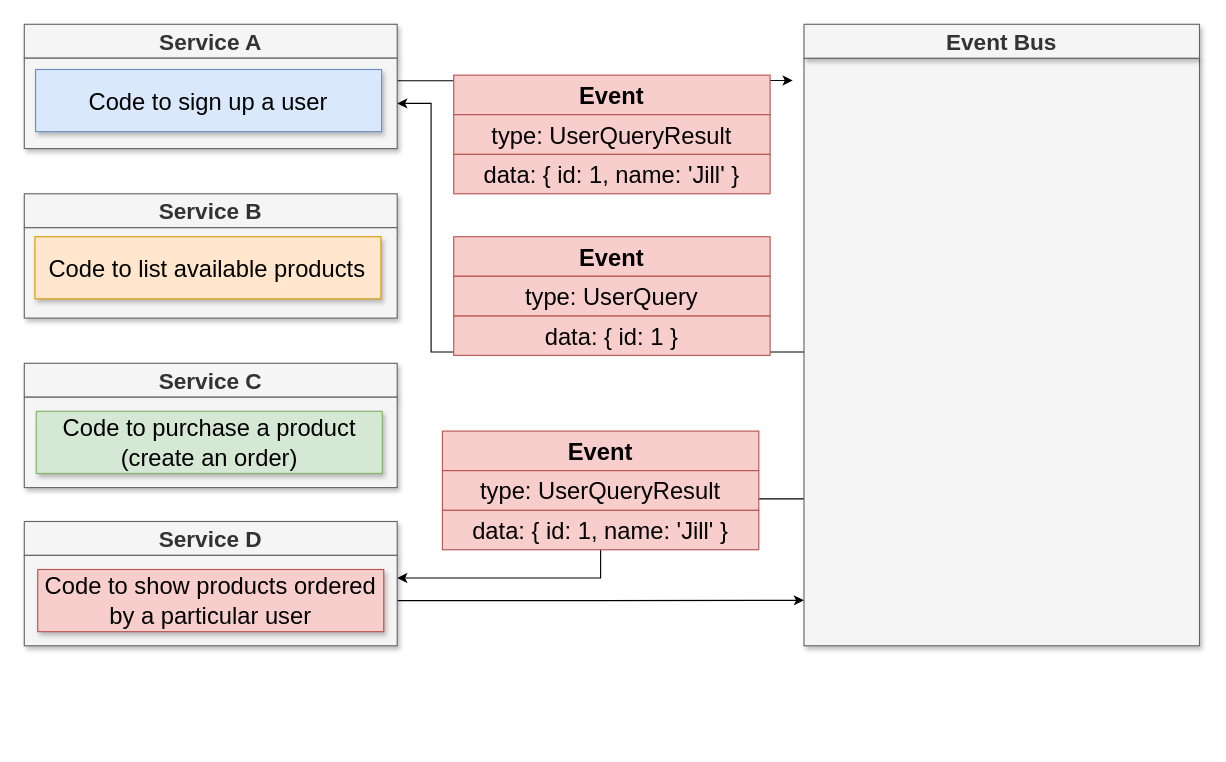
Before: page "13 - events" (9 of 17) of diagrams/01/03.drawio in AK-SoloQ/microservices-casts, a draw.io diagram. Source tidied: cells renumbered, new cells numbered last; positions are measured from the earlier drawing's top-left corner, leaving out a move shared by most shapes. Both pictures are drawn from the tidied source at 113%, with x=0, y=0 at pixel (24, 24).
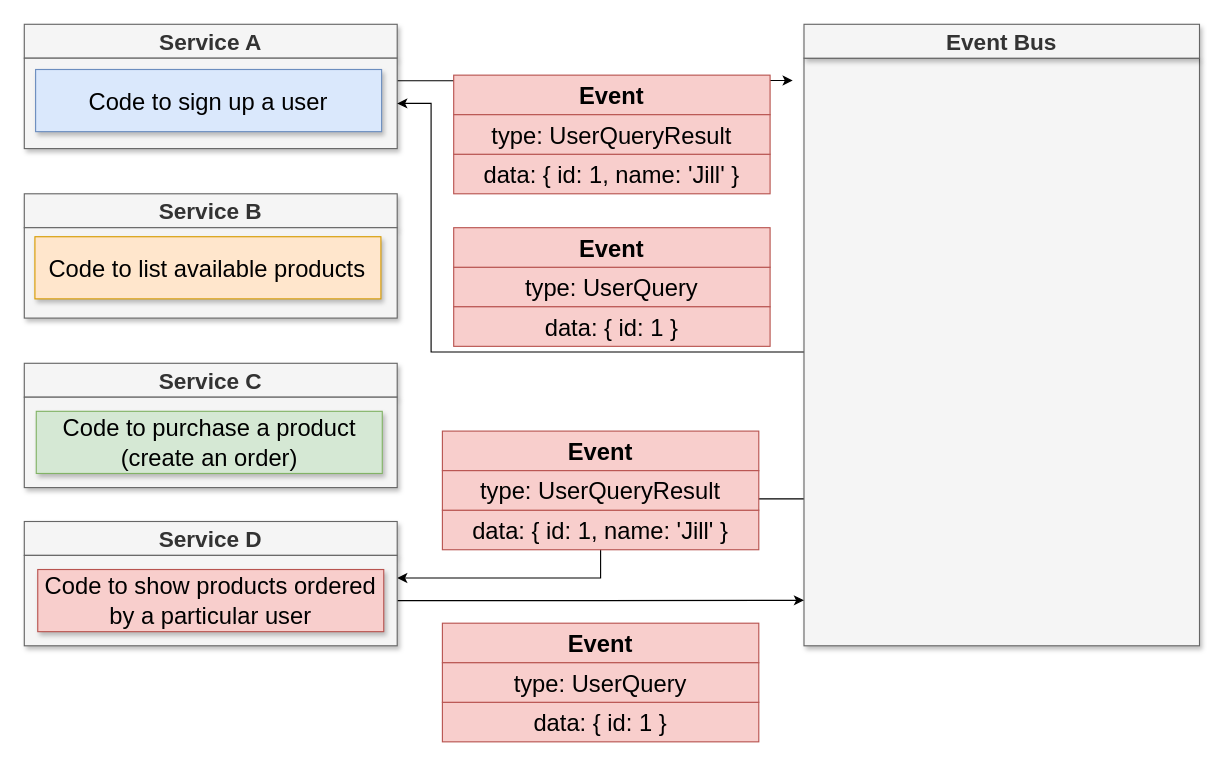
The same diagram, later.

Diff of the diagram source:
```diff
@@
     <mxCell id="20" value="data: { id: 1 }" style="rounded=0;whiteSpace=wrap;html=1;shadow=0;fontSize=21;fillColor=#f8cecc;strokeColor=#b85450;" parent="1" vertex="1">
-      <mxGeometry x="380" y="258" width="280" height="35" as="geometry" />
+      <mxGeometry x="370" y="600" width="280" height="35" as="geometry" />
     </mxCell>
     <mxCell id="21" value="&lt;b&gt;Event&lt;/b&gt;" style="rounded=0;whiteSpace=wrap;html=1;shadow=0;fontSize=21;fillColor=#f8cecc;strokeColor=#b85450;" parent="1" vertex="1">
-      <mxGeometry x="380" y="188" width="280" height="35" as="geometry" />
+      <mxGeometry x="370" y="530" width="280" height="35" as="geometry" />
     </mxCell>
     <mxCell id="22" value="&lt;span&gt;type: UserQuery&lt;/span&gt;" style="rounded=0;whiteSpace=wrap;html=1;shadow=0;fontSize=21;fillColor=#f8cecc;strokeColor=#b85450;fontStyle=0;" parent="1" vertex="1">
-      <mxGeometry x="380" y="223" width="280" height="35" as="geometry" />
+      <mxGeometry x="370" y="565" width="280" height="35" as="geometry" />
     </mxCell>
@@
+    <mxCell id="29" value="&lt;span&gt;type: UserQuery&lt;/span&gt;" style="rounded=0;whiteSpace=wrap;html=1;shadow=0;fontSize=21;fillColor=#f8cecc;strokeColor=#b85450;fontStyle=0;" parent="1" vertex="1">
+      <mxGeometry x="380" y="215" width="280" height="35" as="geometry" />
+    </mxCell>
+    <mxCell id="30" value="&lt;b&gt;Event&lt;/b&gt;" style="rounded=0;whiteSpace=wrap;html=1;shadow=0;fontSize=21;fillColor=#f8cecc;strokeColor=#b85450;" parent="1" vertex="1">
+      <mxGeometry x="380" y="180" width="280" height="35" as="geometry" />
+    </mxCell>
+    <mxCell id="31" value="data: { id: 1 }" style="rounded=0;whiteSpace=wrap;html=1;shadow=0;fontSize=21;fillColor=#f8cecc;strokeColor=#b85450;" parent="1" vertex="1">
+      <mxGeometry x="380" y="250" width="280" height="35" as="geometry" />
+    </mxCell>
```
